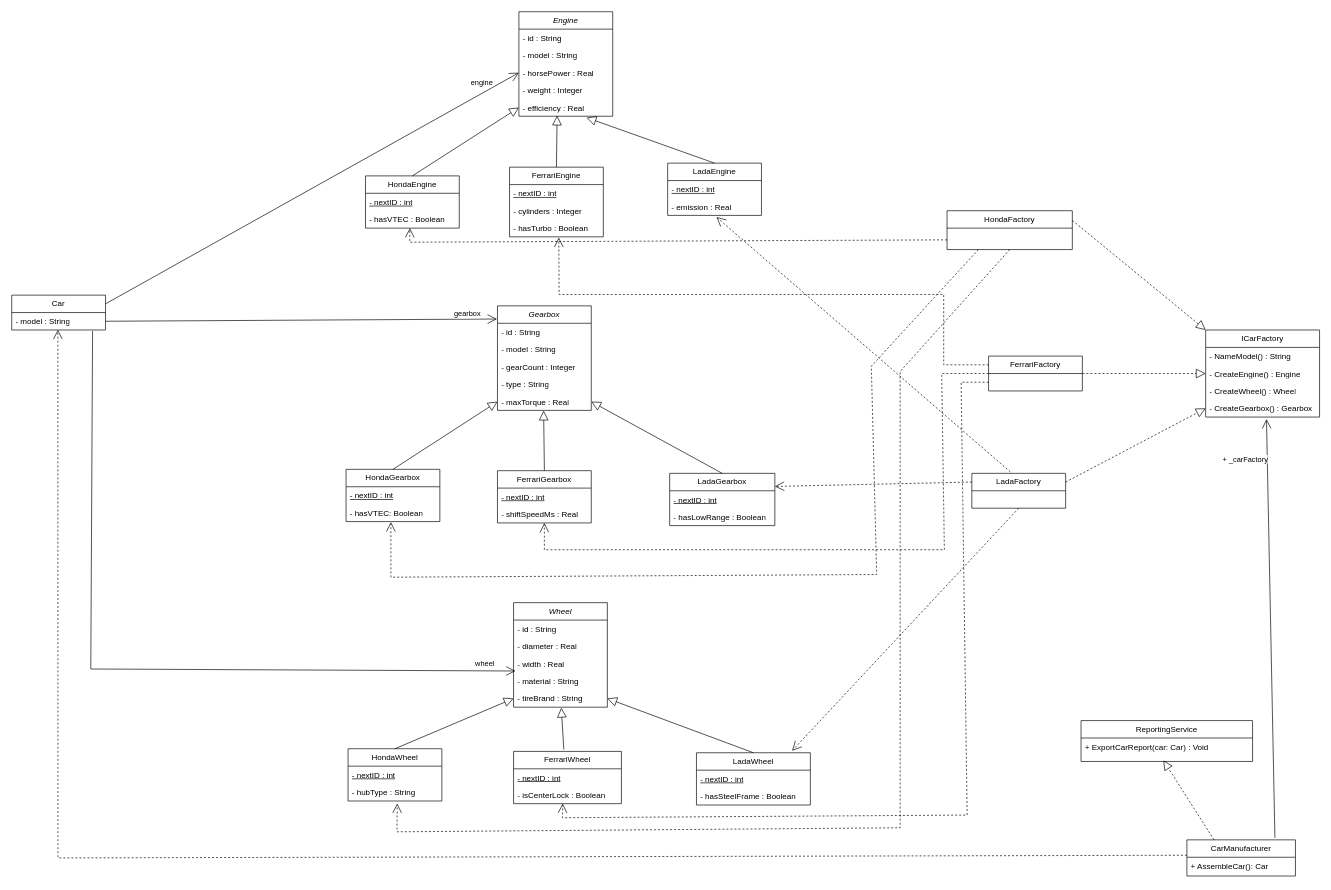
solovozer/OOAP-LABS keeps this draw.io diagram as page "Abstract Factory" (1 of 2) of lab 1 -  Abstract Factory/CarMaker .drawio. Above is the earlier version. Source tidied: cells renumbered, new cells numbered last; positions are measured from the earlier drawing's top-left corner, leaving out a move shared by most shapes. Both pictures are drawn from the tidied source at 67%, with x=0, y=0 at pixel (11, 11).
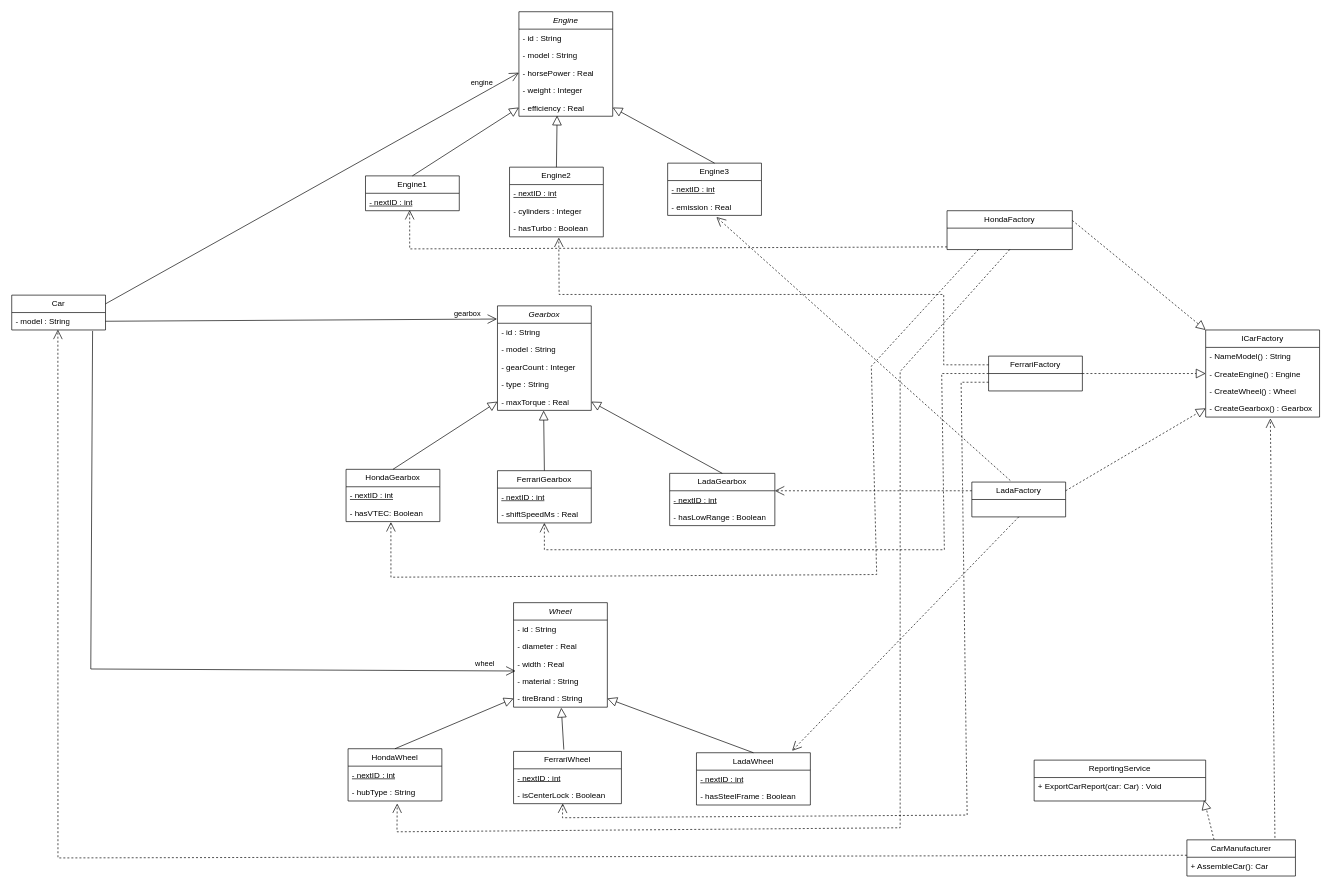
The same page after the edit.

The change refers to these unchanged cells:
```xml
<mxCell id="3" value="- nextID : int" style="text;strokeColor=none;fillColor=none;align=left;verticalAlign=top;spacingLeft=4;spacingRight=4;overflow=hidden;points=[[0,0.5],[1,0.5]];portConstraint=eastwest;whiteSpace=wrap;html=1;fontStyle=4;" parent="2" vertex="1">
  <mxGeometry y="26" width="140" height="26" as="geometry" />
</mxCell>
<mxCell id="8" value="- hasTurbo : Boolean" style="text;strokeColor=none;fillColor=none;align=left;verticalAlign=top;spacingLeft=4;spacingRight=4;overflow=hidden;points=[[0,0.5],[1,0.5]];portConstraint=eastwest;whiteSpace=wrap;html=1;" parent="5" vertex="1">
  <mxGeometry y="78" width="140" height="26" as="geometry" />
</mxCell>
<mxCell id="17" value="- efficiency : Real" style="text;strokeColor=none;fillColor=none;align=left;verticalAlign=top;spacingLeft=4;spacingRight=4;overflow=hidden;points=[[0,0.5],[1,0.5]];portConstraint=eastwest;whiteSpace=wrap;html=1;" parent="12" vertex="1">
  <mxGeometry y="130" width="140" height="26" as="geometry" />
</mxCell>
<mxCell id="30" value="LadaGearbox" style="swimlane;fontStyle=0;horizontal=1;startSize=26;fillColor=none;whiteSpace=wrap;html=1;" parent="1" vertex="1">
  <mxGeometry x="982" y="689" width="157" height="78" as="geometry" />
</mxCell>
<mxCell id="31" value="- nextID : int" style="text;strokeColor=none;fillColor=none;align=left;verticalAlign=top;spacingLeft=4;spacingRight=4;overflow=hidden;points=[[0,0.5],[1,0.5]];portConstraint=eastwest;whiteSpace=wrap;html=1;fontStyle=4;" parent="30" vertex="1">
  <mxGeometry y="26" width="157" height="26" as="geometry" />
</mxCell>
<mxCell id="48" value="HondaFactory" style="swimlane;fontStyle=0;horizontal=1;startSize=26;fillColor=none;whiteSpace=wrap;html=1;" parent="1" vertex="1">
  <mxGeometry x="1396" y="297" width="187" height="58" as="geometry" />
</mxCell>
<mxCell id="49" value="FerrariFactory" style="swimlane;fontStyle=0;horizontal=1;startSize=26;fillColor=none;whiteSpace=wrap;html=1;" parent="1" vertex="1">
  <mxGeometry x="1458" y="514" width="140" height="52" as="geometry" />
</mxCell>
<mxCell id="55" value="- CreateGearbox() : Gearbox" style="text;strokeColor=none;fillColor=none;align=left;verticalAlign=top;spacingLeft=4;spacingRight=4;overflow=hidden;points=[[0,0.5],[1,0.5]];portConstraint=eastwest;whiteSpace=wrap;html=1;" parent="51" vertex="1">
  <mxGeometry y="104" width="170" height="26" as="geometry" />
</mxCell>
<mxCell id="79" value="CarManufacturer" style="swimlane;fontStyle=0;horizontal=1;startSize=26;fillColor=none;whiteSpace=wrap;html=1;" parent="1" vertex="1">
  <mxGeometry x="1754" y="1236" width="162" height="54" as="geometry" />
</mxCell>
<mxCell id="87" value="+ ExportCarReport(car: Car) : Void" style="text;strokeColor=none;fillColor=none;align=left;verticalAlign=top;spacingLeft=4;spacingRight=4;overflow=hidden;points=[[0,0.5],[1,0.5]];portConstraint=eastwest;whiteSpace=wrap;html=1;" parent="86" vertex="1">
  <mxGeometry y="26" width="256" height="35" as="geometry" />
</mxCell>
```

Change to the diagram source:
```diff
@@
-    <mxCell id="2" value="HondaEngine" style="swimlane;fontStyle=0;horizontal=1;startSize=26;fillColor=none;whiteSpace=wrap;html=1;" parent="1" vertex="1">
-      <mxGeometry x="528" y="245" width="140" height="78" as="geometry" />
+    <mxCell id="2" value="Engine1" style="swimlane;fontStyle=0;horizontal=1;startSize=26;fillColor=none;whiteSpace=wrap;html=1;" parent="1" vertex="1">
+      <mxGeometry x="528" y="245" width="140" height="52" as="geometry" />
     </mxCell>
@@
-    <mxCell id="4" value="- hasVTEC : Boolean" style="text;strokeColor=none;fillColor=none;align=left;verticalAlign=top;spacingLeft=4;spacingRight=4;overflow=hidden;points=[[0,0.5],[1,0.5]];portConstraint=eastwest;whiteSpace=wrap;html=1;" parent="2" vertex="1">
-      <mxGeometry y="52" width="140" height="26" as="geometry" />
-    </mxCell>
-    <mxCell id="5" value="FerrariEngine" style="swimlane;fontStyle=0;horizontal=1;startSize=26;fillColor=none;whiteSpace=wrap;html=1;" parent="1" vertex="1">
+    <mxCell id="5" value="Engine2" style="swimlane;fontStyle=0;horizontal=1;startSize=26;fillColor=none;whiteSpace=wrap;html=1;" parent="1" vertex="1">
       <mxGeometry x="743" y="232" width="140" height="104" as="geometry" />
     </mxCell>
@@
-    <mxCell id="9" value="LadaEngine" style="swimlane;fontStyle=0;horizontal=1;startSize=26;fillColor=none;whiteSpace=wrap;html=1;" parent="1" vertex="1">
+    <mxCell id="9" value="Engine3" style="swimlane;fontStyle=0;horizontal=1;startSize=26;fillColor=none;whiteSpace=wrap;html=1;" parent="1" vertex="1">
       <mxGeometry x="979" y="226" width="140" height="78" as="geometry" />
     </mxCell>
@@
     <mxCell id="50" value="LadaFactory" style="swimlane;fontStyle=0;horizontal=1;startSize=26;fillColor=none;whiteSpace=wrap;html=1;" parent="1" vertex="1">
-      <mxGeometry x="1433" y="689" width="140" height="52" as="geometry" />
+      <mxGeometry x="1433" y="702" width="140" height="52" as="geometry" />
     </mxCell>
@@
-    <mxCell id="59" style="endArrow=block;endFill=0;endSize=12;html=1;rounded=0;exitX=0.5;exitY=0;exitDx=0;exitDy=0;entryX=0.721;entryY=1.077;entryDx=0;entryDy=0;entryPerimeter=0;" parent="1" edge="1" source="9" target="17">
+    <mxCell id="59" style="endArrow=block;endFill=0;endSize=12;html=1;rounded=0;exitX=0.5;exitY=0;exitDx=0;exitDy=0;entryX=1;entryY=0.5;entryDx=0;entryDy=0;" parent="1" edge="1" source="9" target="17">
       <mxGeometry relative="1" as="geometry" />
     </mxCell>
@@
-    <mxCell id="70" style="endArrow=open;endSize=12;html=1;rounded=0;exitX=0;exitY=0.75;exitDx=0;exitDy=0;entryX=0.473;entryY=0.998;entryDx=0;entryDy=0;entryPerimeter=0;dashed=1;" parent="1" edge="1" source="48" target="4">
+    <mxCell id="70" style="endArrow=open;endSize=12;html=1;rounded=0;entryX=0.471;entryY=0.962;entryDx=0;entryDy=0;entryPerimeter=0;dashed=1;" parent="1" edge="1" target="3">
       <mxGeometry x="-0.02" y="47" relative="1" as="geometry">
+        <mxPoint x="1396" y="351" as="sourcePoint" />
         <Array as="points">
-          <mxPoint x="594" y="344" />
+          <mxPoint x="594" y="354" />
         </Array>
       </mxGeometry>
     </mxCell>
@@
     <mxCell id="75" style="endArrow=open;endSize=12;html=1;rounded=0;exitX=0;exitY=0.25;exitDx=0;exitDy=0;entryX=0.525;entryY=1.041;entryDx=0;entryDy=0;entryPerimeter=0;dashed=1;" parent="1" edge="1" source="49" target="8">
       <mxGeometry x="-0.02" y="47" relative="1" as="geometry">
         <Array as="points">
           <mxPoint x="1391" y="527" />
           <mxPoint x="1391" y="422" />
+          <mxPoint x="984" y="422" />
           <mxPoint x="817" y="422" />
         </Array>
       </mxGeometry>
     </mxCell>
@@
-    <mxCell id="78" style="endArrow=open;endSize=12;html=1;rounded=0;exitX=0;exitY=0.25;exitDx=0;exitDy=0;entryX=1;entryY=0.25;entryDx=0;entryDy=0;dashed=1;" parent="1" edge="1" source="50" target="30">
+    <mxCell id="78" style="endArrow=open;endSize=12;html=1;rounded=0;exitX=0;exitY=0.25;exitDx=0;exitDy=0;entryX=1;entryY=0;entryDx=0;entryDy=0;dashed=1;entryPerimeter=0;" parent="1" edge="1" source="50" target="31">
       <mxGeometry x="-0.02" y="47" relative="1" as="geometry" />
     </mxCell>
@@
-    <mxCell id="84" value="+ _carFactory" style="endArrow=open;endSize=12;html=1;rounded=0;exitX=0.811;exitY=-0.054;exitDx=0;exitDy=0;entryX=0.534;entryY=1.115;entryDx=0;entryDy=0;entryPerimeter=0;exitPerimeter=0;" parent="1" edge="1" source="79" target="55">
+    <mxCell id="84" style="endArrow=open;endSize=12;html=1;rounded=0;exitX=0.811;exitY=-0.054;exitDx=0;exitDy=0;entryX=0.568;entryY=1.077;entryDx=0;entryDy=0;entryPerimeter=0;exitPerimeter=0;dashed=1;" parent="1" edge="1" source="79" target="55">
       <mxGeometry x="0.81" y="33" relative="1" as="geometry" />
     </mxCell>
@@
     <mxCell id="86" value="ReportingService" style="swimlane;fontStyle=0;horizontal=1;startSize=26;fillColor=none;whiteSpace=wrap;html=1;" parent="1" vertex="1">
-      <mxGeometry x="1596" y="1058" width="256" height="61" as="geometry" />
+      <mxGeometry x="1526" y="1117" width="256" height="61" as="geometry" />
     </mxCell>
@@
-    <mxCell id="88" style="endArrow=block;dashed=1;endFill=0;endSize=12;html=1;rounded=0;exitX=0.25;exitY=0;exitDx=0;exitDy=0;entryX=0.48;entryY=0.954;entryDx=0;entryDy=0;entryPerimeter=0;" parent="1" edge="1" source="79" target="87">
+    <mxCell id="88" style="endArrow=block;dashed=1;endFill=0;endSize=12;html=1;rounded=0;exitX=0.25;exitY=0;exitDx=0;exitDy=0;entryX=0.991;entryY=0.96;entryDx=0;entryDy=0;entryPerimeter=0;" parent="1" edge="1" source="79" target="87">
       <mxGeometry relative="1" as="geometry" />
     </mxCell>
```
